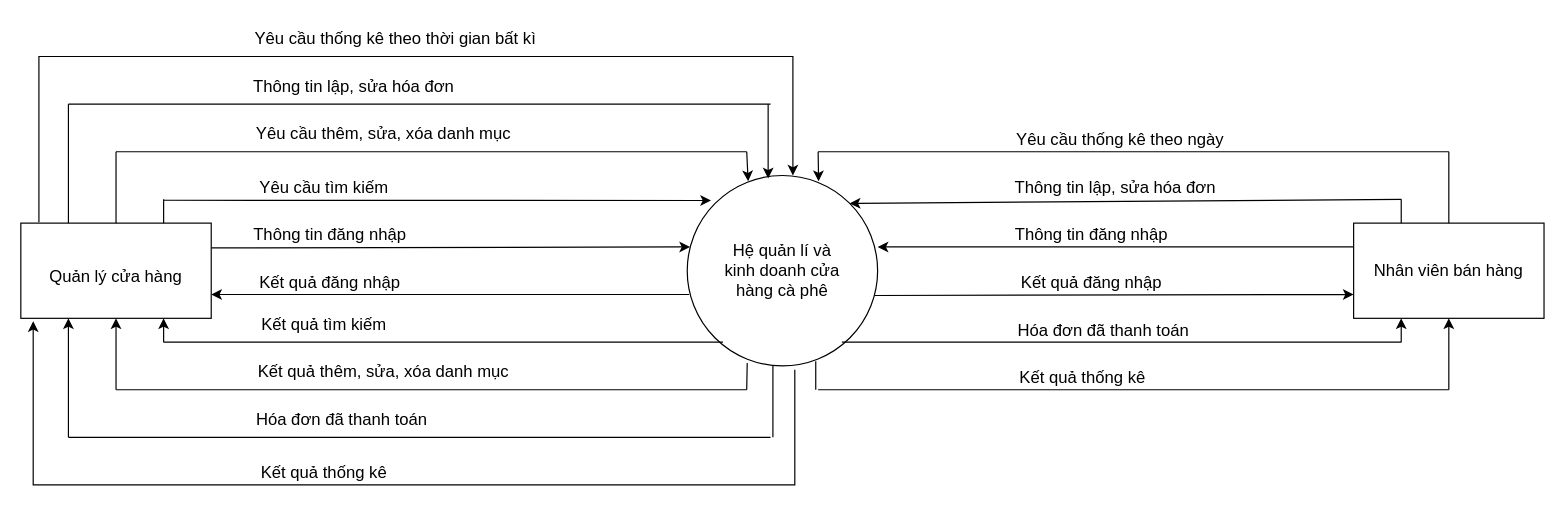
This is BFD&DFD/ContextDiagram_CoffeeShop.drawio from hungtadasuke/CoffeShop_SoftwareTechnology, a draw.io file, before an edit. Source tidied: cells renumbered, new cells numbered last; positions are measured from the earlier drawing's top-left corner, leaving out a move shared by most shapes. Both pictures are drawn from the tidied source at 119%, with x=0, y=0 at pixel (20, 20).
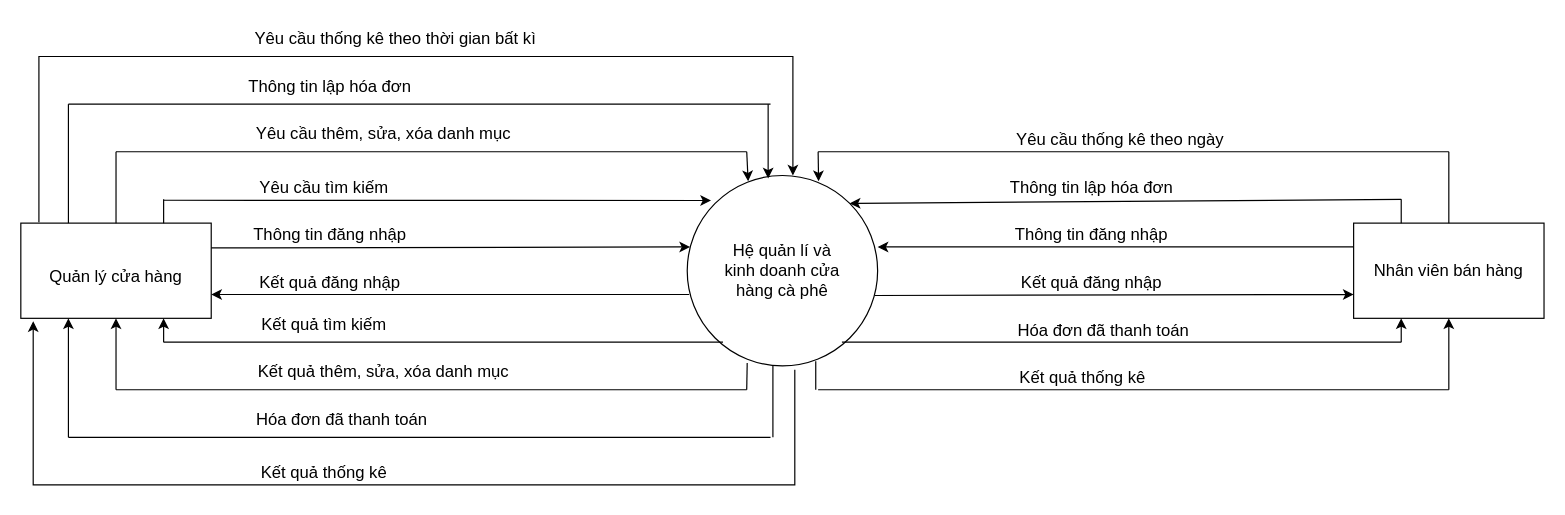
After the change.

The edit, as a diff of the source:
```diff
@@
-    <mxCell id="8" value="Thông tin lập, sửa hóa đơn" style="text;html=1;strokeColor=none;fillColor=none;align=center;verticalAlign=middle;whiteSpace=wrap;rounded=0;fontSize=14;" parent="1" vertex="1">
-      <mxGeometry x="825" y="130" width="190" height="20" as="geometry" />
+    <mxCell id="8" value="Thông tin lập hóa đơn" style="text;html=1;strokeColor=none;fillColor=none;align=center;verticalAlign=middle;whiteSpace=wrap;rounded=0;fontSize=14;" parent="1" vertex="1">
+      <mxGeometry x="805" y="130" width="190" height="20" as="geometry" />
     </mxCell>
@@
-    <mxCell id="52" value="Thông tin lập, sửa hóa đơn" style="text;html=1;strokeColor=none;fillColor=none;align=center;verticalAlign=middle;whiteSpace=wrap;rounded=0;fontSize=14;" parent="1" vertex="1">
-      <mxGeometry x="190" y="40" width="180" height="30" as="geometry" />
+    <mxCell id="52" value="Thông tin lập hóa đơn" style="text;html=1;strokeColor=none;fillColor=none;align=center;verticalAlign=middle;whiteSpace=wrap;rounded=0;fontSize=14;" parent="1" vertex="1">
+      <mxGeometry x="170" y="40" width="180" height="30" as="geometry" />
     </mxCell>
```
